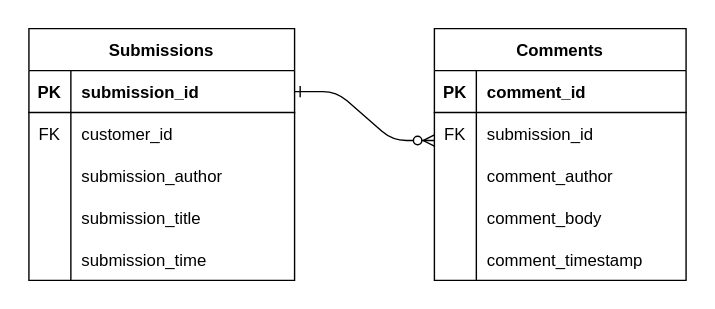
This is images/schema.svg from mchion/reddit_ELT_pipeline, a draw.io export, as it was before one commit. Source tidied: cells renumbered, new cells last; positions are measured from the earlier drawing's top-left corner, leaving out a move shared by most shapes.
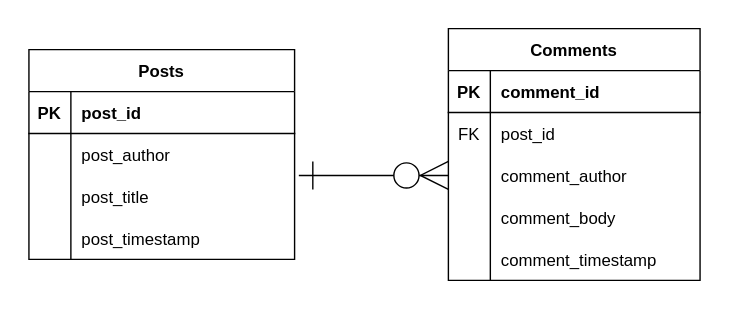
The same diagram one commit later.

Change to the diagram source:
```diff
@@ -2,13 +2,11 @@
   <root>
     <mxCell id="0" />
     <mxCell id="1" parent="0" />
-    <mxCell id="2" style="edgeStyle=entityRelationEdgeStyle;endArrow=ERzeroToMany;startArrow=ERone;endFill=1;startFill=0;" parent="1" edge="1" source="4">
-      <mxGeometry relative="1" as="geometry">
-        <mxPoint x="290" y="80" as="targetPoint" />
-      </mxGeometry>
+    <mxCell id="2" style="edgeStyle=entityRelationEdgeStyle;endArrow=ERzeroToMany;startArrow=ERone;endFill=1;startFill=0;strokeWidth=1;endSize=18;startSize=18;entryX=0;entryY=0.5;entryDx=0;entryDy=0;exitX=1.016;exitY=0;exitDx=0;exitDy=0;exitPerimeter=0;" parent="1" edge="1" source="10" target="26">
+      <mxGeometry relative="1" as="geometry" />
     </mxCell>
-    <mxCell id="3" value="Submissions" style="shape=table;startSize=30;rowLines=0;fontStyle=1;align=center;" parent="1" vertex="1">
-      <mxGeometry width="190" height="180" as="geometry" />
+    <mxCell id="3" value="Posts" style="shape=table;startSize=30;rowLines=0;fontStyle=1;align=center;" parent="1" vertex="1">
+      <mxGeometry x="-10" y="15" width="190" height="150" as="geometry" />
     </mxCell>
     <mxCell id="4" style="shape=partialRectangle;fillColor=none;points=[[0,0.5],[1,0.5]];portConstraint=eastwest;top=0;left=0;right=0;bottom=1;" parent="3" vertex="1">
       <mxGeometry y="30" width="190" height="30" as="geometry" />
@@ -16,16 +14,16 @@
     <mxCell id="5" value="PK" style="shape=partialRectangle;overflow=hidden;fillColor=none;top=0;left=0;bottom=0;right=0;fontStyle=1;" parent="4" vertex="1">
       <mxGeometry width="30" height="30" as="geometry" />
     </mxCell>
-    <mxCell id="6" value="submission_id" style="shape=partialRectangle;overflow=hidden;fillColor=none;top=0;left=0;bottom=0;right=0;align=left;spacingLeft=6;fontStyle=1;" parent="4" vertex="1">
+    <mxCell id="6" value="post_id" style="shape=partialRectangle;overflow=hidden;fillColor=none;top=0;left=0;bottom=0;right=0;align=left;spacingLeft=6;fontStyle=1;" parent="4" vertex="1">
       <mxGeometry x="30" width="160" height="30" as="geometry" />
     </mxCell>
     <mxCell id="7" style="shape=partialRectangle;fillColor=none;top=0;left=0;right=0;bottom=1;strokeColor=none;" parent="3" vertex="1">
       <mxGeometry y="60" width="190" height="30" as="geometry" />
     </mxCell>
-    <mxCell id="8" value="FK" style="shape=partialRectangle;overflow=hidden;fillColor=none;top=0;left=0;bottom=0;right=0;fontStyle=0;" parent="7" vertex="1">
+    <mxCell id="8" style="shape=partialRectangle;overflow=hidden;fillColor=none;top=0;left=0;bottom=0;right=0;fontStyle=0;" parent="7" vertex="1">
       <mxGeometry width="30" height="30" as="geometry" />
     </mxCell>
-    <mxCell id="9" value="customer_id" style="shape=partialRectangle;overflow=hidden;fillColor=none;top=0;left=0;bottom=0;right=0;align=left;spacingLeft=6;fontStyle=0;" parent="7" vertex="1">
+    <mxCell id="9" value="post_author" style="shape=partialRectangle;overflow=hidden;fillColor=none;top=0;left=0;bottom=0;right=0;align=left;spacingLeft=6;fontStyle=0;" parent="7" vertex="1">
       <mxGeometry x="30" width="160" height="30" as="geometry" />
     </mxCell>
     <mxCell id="10" style="shape=partialRectangle;fillColor=none;points=[[0,0.5],[1,0.5]];portConstraint=eastwest;top=0;left=0;right=0;bottom=0;" parent="3" vertex="1">
@@ -34,7 +32,7 @@
     <mxCell id="11" style="shape=partialRectangle;overflow=hidden;fillColor=none;top=0;left=0;bottom=0;right=0;" parent="10" vertex="1">
       <mxGeometry width="30" height="30" as="geometry" />
     </mxCell>
-    <mxCell id="12" value="submission_author" style="shape=partialRectangle;overflow=hidden;fillColor=none;top=0;left=0;bottom=0;right=0;align=left;spacingLeft=6;" parent="10" vertex="1">
+    <mxCell id="12" value="post_title" style="shape=partialRectangle;overflow=hidden;fillColor=none;top=0;left=0;bottom=0;right=0;align=left;spacingLeft=6;" parent="10" vertex="1">
       <mxGeometry x="30" width="160" height="30" as="geometry" />
     </mxCell>
     <mxCell id="13" style="shape=partialRectangle;fillColor=none;top=0;left=0;right=0;bottom=0;" parent="3" vertex="1">
@@ -43,18 +41,9 @@
     <mxCell id="14" style="shape=partialRectangle;overflow=hidden;fillColor=none;top=0;left=0;bottom=0;right=0;" parent="13" vertex="1">
       <mxGeometry width="30" height="30" as="geometry" />
     </mxCell>
-    <mxCell id="15" value="submission_title" style="shape=partialRectangle;overflow=hidden;fillColor=none;top=0;left=0;bottom=0;right=0;align=left;spacingLeft=6;" parent="13" vertex="1">
+    <mxCell id="15" value="post_timestamp" style="shape=partialRectangle;overflow=hidden;fillColor=none;top=0;left=0;bottom=0;right=0;align=left;spacingLeft=6;" parent="13" vertex="1">
       <mxGeometry x="30" width="160" height="30" as="geometry" />
     </mxCell>
-    <mxCell id="16" style="shape=partialRectangle;fillColor=none;top=0;left=0;right=0;bottom=0;" parent="3" vertex="1">
-      <mxGeometry y="150" width="190" height="30" as="geometry" />
-    </mxCell>
-    <mxCell id="17" style="shape=partialRectangle;overflow=hidden;fillColor=none;top=0;left=0;bottom=0;right=0;" parent="16" vertex="1">
-      <mxGeometry width="30" height="30" as="geometry" />
-    </mxCell>
-    <mxCell id="18" value="submission_time" style="shape=partialRectangle;overflow=hidden;fillColor=none;top=0;left=0;bottom=0;right=0;align=left;spacingLeft=6;" parent="16" vertex="1">
-      <mxGeometry x="30" width="160" height="30" as="geometry" />
-    </mxCell>
     <mxCell id="19" value="Comments" style="shape=table;startSize=30;rowLines=0;fontStyle=1;align=center;" parent="1" vertex="1">
       <mxGeometry x="290" width="180" height="180" as="geometry" />
     </mxCell>
@@ -73,7 +62,7 @@
     <mxCell id="24" value="FK" style="shape=partialRectangle;fillColor=none;top=0;left=0;bottom=0;right=0;fontStyle=0;overflow=hidden;" parent="23" vertex="1">
       <mxGeometry width="30" height="30" as="geometry" />
     </mxCell>
-    <mxCell id="25" value="submission_id" style="shape=partialRectangle;fillColor=none;top=0;left=0;bottom=0;right=0;align=left;spacingLeft=6;fontStyle=0;overflow=hidden;" parent="23" vertex="1">
+    <mxCell id="25" value="post_id" style="shape=partialRectangle;fillColor=none;top=0;left=0;bottom=0;right=0;align=left;spacingLeft=6;fontStyle=0;overflow=hidden;" parent="23" vertex="1">
       <mxGeometry x="30" width="150" height="30" as="geometry" />
     </mxCell>
     <mxCell id="26" style="shape=tableRow;horizontal=0;startSize=0;swimlaneHead=0;swimlaneBody=0;fillColor=none;points=[[0,0.5],[1,0.5]];portConstraint=eastwest;top=0;left=0;right=0;bottom=0;" parent="19" vertex="1">
```
